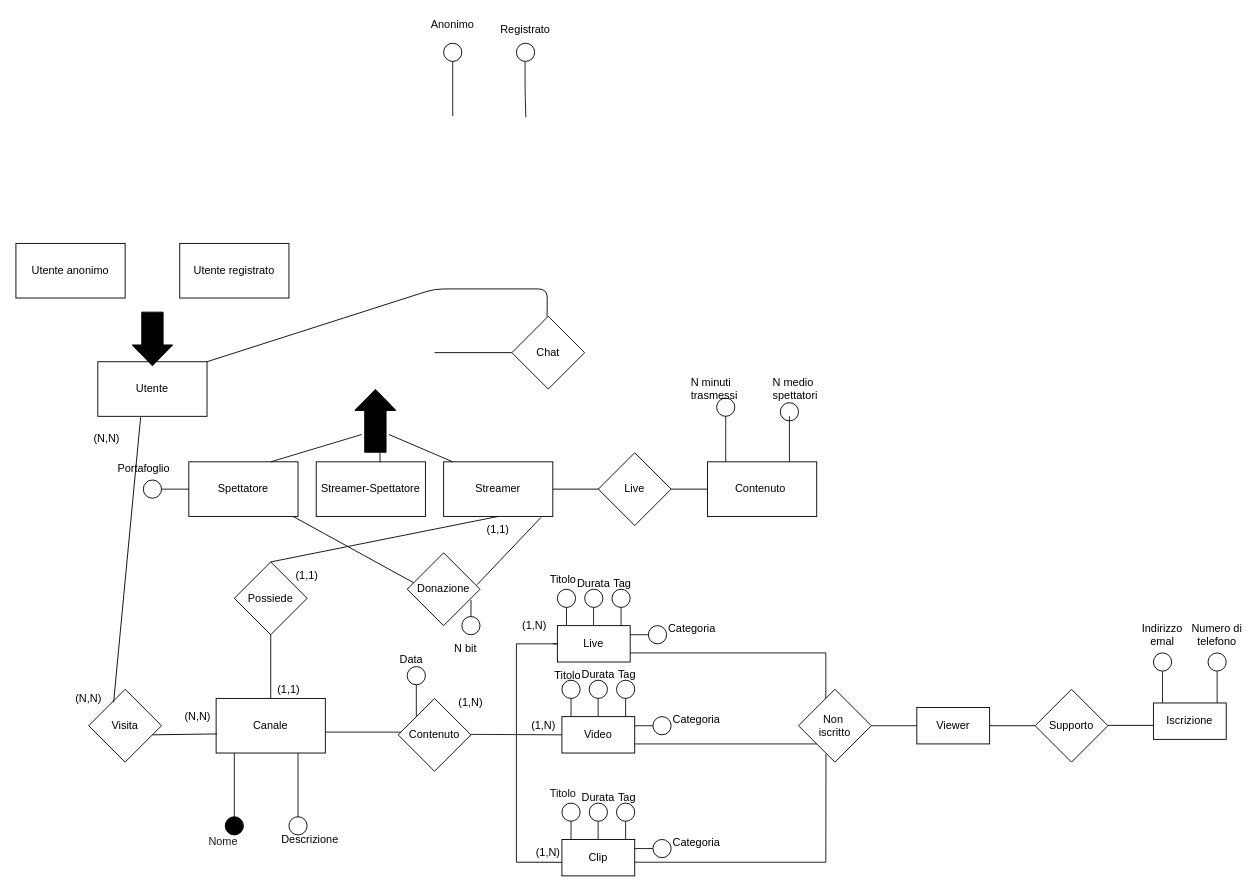
Earlier version of the draw.io diagram e-r_revised_hypothesis.drawio (Popper002/Streaming-Service-Db-project-unito). Source tidied: cells renumbered, new cells numbered last; positions are measured from the earlier drawing's top-left corner, leaving out a move shared by most shapes. Both pictures are drawn from the tidied source at 91%, with x=0, y=0 at pixel (15, 15).
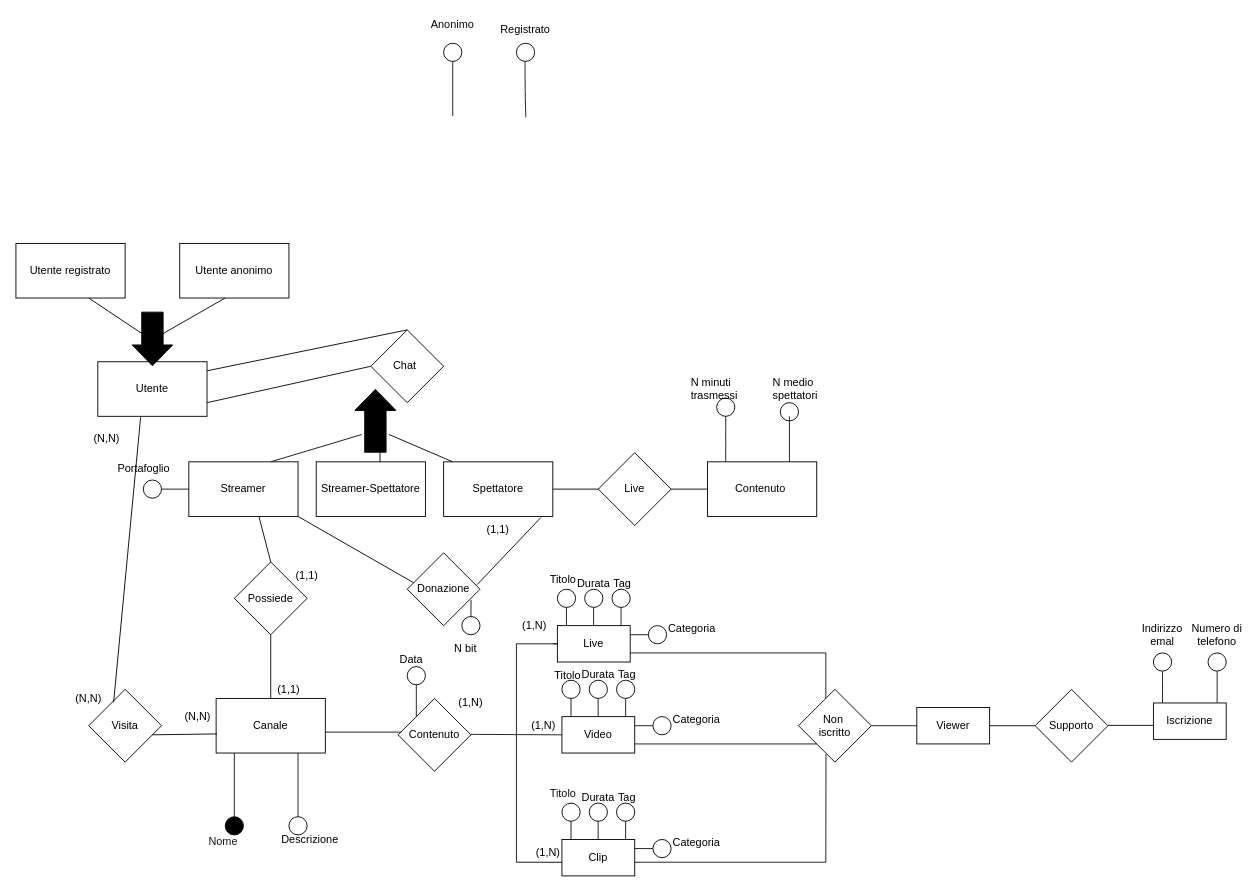
After the change.

Unchanged cells that the change refers to:
```xml
<mxCell id="2" style="rounded=0;whiteSpace=wrap;html=1;" parent="1" vertex="1">
  <mxGeometry x="90" y="380" width="120" height="60" as="geometry" />
</mxCell>
<mxCell id="14" style="rhombus;whiteSpace=wrap;html=1;" parent="1" vertex="1">
  <mxGeometry x="240" y="600" width="80" height="80" as="geometry" />
</mxCell>
<mxCell id="94" value="Donazione" style="text;html=1;strokeColor=none;fillColor=none;align=center;verticalAlign=middle;whiteSpace=wrap;rounded=0;" parent="1" vertex="1">
  <mxGeometry x="440" y="615" width="60" height="30" as="geometry" />
</mxCell>
```

What changed in the source:
```diff
@@
-    <mxCell id="5" value="Streamer" style="rounded=0;whiteSpace=wrap;html=1;" parent="1" vertex="1">
+    <mxCell id="5" value="Spettatore" style="rounded=0;whiteSpace=wrap;html=1;" parent="1" vertex="1">
       <mxGeometry x="470" y="490" width="120" height="60" as="geometry" />
     </mxCell>
@@
-    <mxCell id="7" value="Spettatore" style="rounded=0;whiteSpace=wrap;html=1;" parent="1" vertex="1">
+    <mxCell id="7" value="Streamer" style="rounded=0;whiteSpace=wrap;html=1;" parent="1" vertex="1">
       <mxGeometry x="190" y="490" width="120" height="60" as="geometry" />
     </mxCell>
@@
-    <mxCell id="15" style="endArrow=none;html=1;entryX=0.5;entryY=1;entryDx=0;entryDy=0;strokeColor=#050505;strokeWidth=1;exitX=0.5;exitY=0;exitDx=0;exitDy=0;" parent="1" edge="1" source="14" target="5">
+    <mxCell id="15" style="endArrow=none;html=1;entryX=0.642;entryY=1;entryDx=0;entryDy=0;strokeColor=#050505;strokeWidth=1;exitX=0.5;exitY=0;exitDx=0;exitDy=0;entryPerimeter=0;" parent="1" edge="1" source="14" target="7">
       <mxGeometry relative="1" as="geometry" />
     </mxCell>
@@
-    <mxCell id="95" style="endArrow=none;html=1;rounded=0;exitX=-0.05;exitY=0.262;exitDx=0;exitDy=0;exitPerimeter=0;" parent="1" edge="1" source="94" target="7">
+    <mxCell id="95" style="endArrow=none;html=1;rounded=0;exitX=-0.05;exitY=0.262;exitDx=0;exitDy=0;exitPerimeter=0;entryX=1;entryY=1;entryDx=0;entryDy=0;" parent="1" edge="1" source="94" target="7">
       <mxGeometry relative="1" as="geometry" />
     </mxCell>
@@
     <mxCell id="114" style="rhombus;whiteSpace=wrap;html=1;" parent="1" vertex="1">
-      <mxGeometry x="545" y="330" width="80" height="80" as="geometry" />
+      <mxGeometry x="390" y="345" width="80" height="80" as="geometry" />
     </mxCell>
     <mxCell id="115" value="Chat" style="text;html=1;strokeColor=none;fillColor=none;align=center;verticalAlign=middle;whiteSpace=wrap;rounded=0;" parent="1" vertex="1">
-      <mxGeometry x="555" y="355" width="60" height="30" as="geometry" />
+      <mxGeometry x="400" y="370" width="55" height="30" as="geometry" />
     </mxCell>
-    <mxCell id="116" style="endArrow=none;html=1;strokeColor=#030303;strokeWidth=1;exitX=0;exitY=0.5;exitDx=0;exitDy=0;" parent="1" edge="1" source="114">
-      <mxGeometry relative="1" as="geometry">
-        <mxPoint x="460" y="370" as="targetPoint" />
-      </mxGeometry>
+    <mxCell id="116" style="endArrow=none;html=1;strokeColor=#030303;strokeWidth=1;exitX=0;exitY=0.5;exitDx=0;exitDy=0;entryX=1;entryY=0.75;entryDx=0;entryDy=0;" parent="1" edge="1" source="114" target="2">
+      <mxGeometry relative="1" as="geometry" />
     </mxCell>
-    <mxCell id="117" style="endArrow=none;html=1;strokeColor=#030303;strokeWidth=1;entryX=1;entryY=0;entryDx=0;entryDy=0;exitX=0.483;exitY=0.006;exitDx=0;exitDy=0;exitPerimeter=0;" parent="1" edge="1" source="114" target="2">
-      <mxGeometry relative="1" as="geometry">
-        <Array as="points">
-          <mxPoint x="584" y="300" />
-          <mxPoint x="460" y="300" />
-        </Array>
-      </mxGeometry>
-    </mxCell>
@@
-    <mxCell id="124" value="Utente registrato&lt;br&gt;" style="rounded=0;whiteSpace=wrap;html=1;" parent="1" vertex="1">
+    <mxCell id="124" value="Utente anonimo" style="rounded=0;whiteSpace=wrap;html=1;" parent="1" vertex="1">
       <mxGeometry x="180" y="250" width="120" height="60" as="geometry" />
     </mxCell>
-    <mxCell id="125" value="Utente anonimo&lt;br&gt;" style="rounded=0;whiteSpace=wrap;html=1;" parent="1" vertex="1">
+    <mxCell id="125" value="Utente registrato" style="rounded=0;whiteSpace=wrap;html=1;" parent="1" vertex="1">
       <mxGeometry y="250" width="120" height="60" as="geometry" />
     </mxCell>
@@
+    <mxCell id="142" style="endArrow=none;html=1;rounded=0;" parent="1" edge="1">
+      <mxGeometry relative="1" as="geometry">
+        <mxPoint x="160" y="350" as="sourcePoint" />
+        <mxPoint x="230" y="310" as="targetPoint" />
+      </mxGeometry>
+    </mxCell>
+    <mxCell id="143" style="endArrow=none;html=1;rounded=0;" parent="1" edge="1">
+      <mxGeometry relative="1" as="geometry">
+        <mxPoint x="140" y="350" as="sourcePoint" />
+        <mxPoint x="80" y="310" as="targetPoint" />
+      </mxGeometry>
+    </mxCell>
+    <mxCell id="144" style="endArrow=none;html=1;rounded=0;entryX=0.5;entryY=0;entryDx=0;entryDy=0;" parent="1" edge="1" target="114">
+      <mxGeometry relative="1" as="geometry">
+        <mxPoint x="210" y="390" as="sourcePoint" />
+      </mxGeometry>
+    </mxCell>
```
